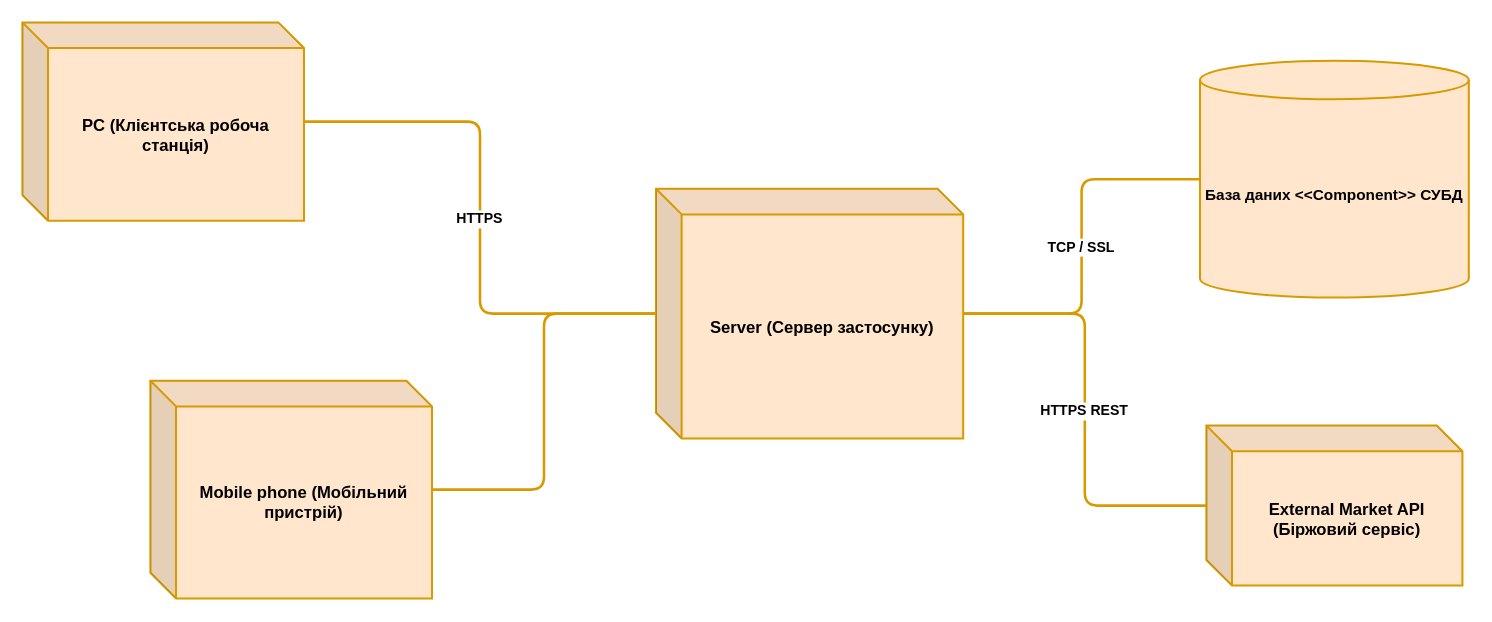
Earlier version of the draw.io diagram page "5 Діаграма розгортання" (6 of 10) of ByGigaBit_8_діаграм.drawio (Hast1k/bygigabit). Source tidied: cells renumbered, new cells numbered last; positions are measured from the earlier drawing's top-left corner, leaving out a move shared by most shapes. Both pictures are drawn from the tidied source at 128%, with x=0, y=0 at pixel (22, 22).
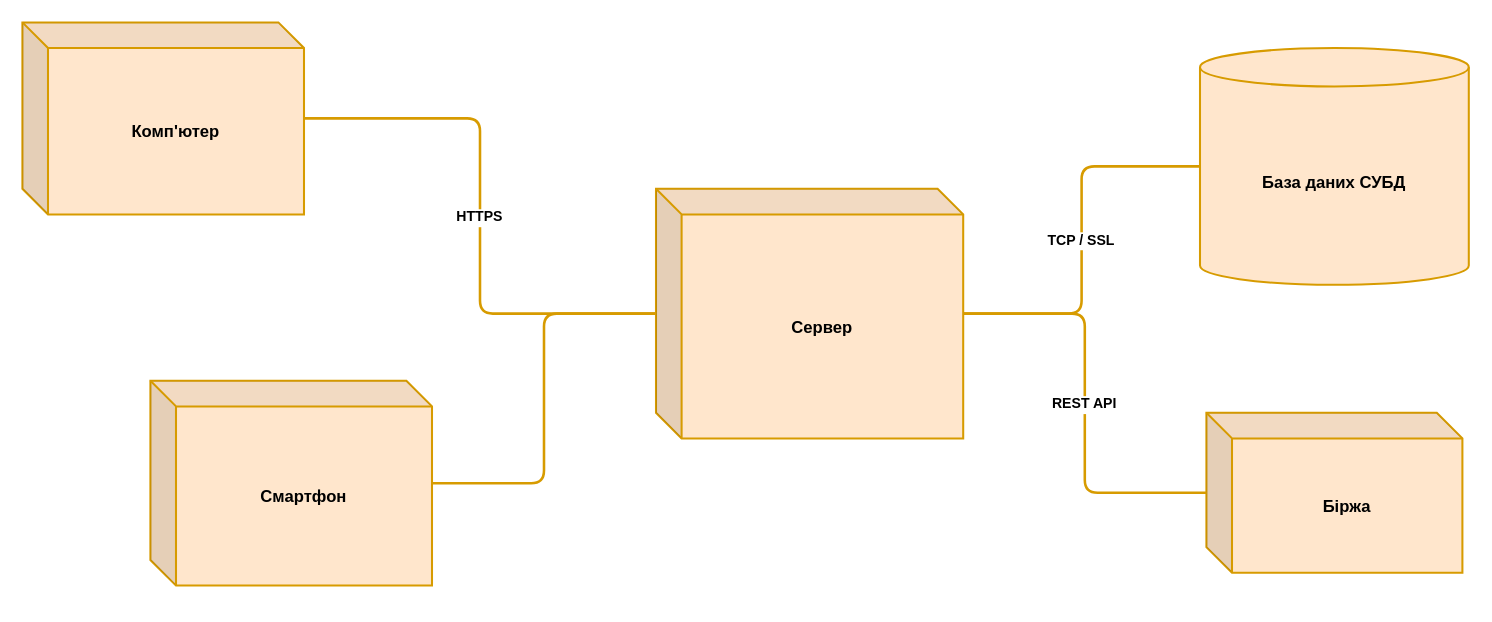
The same diagram, later.

Change to the diagram source:
```diff
@@
 <mxGraphModel background="#ffffff">
   <root>
     <mxCell id="0" />
     <mxCell id="1" parent="0" />
-    <mxCell id="2" value="PC (Клієнтська робоча станція)" style="shape=cube;whiteSpace=wrap;html=0;boundedLbl=1;backgroundOutline=1;darkOpacity=0.05;darkOpacity2=0.1;size=20;fillColor=#ffe6cc;strokeColor=#d79b00;strokeWidth=1.6;fontStyle=1;fontSize=13;" parent="1" vertex="1">
-      <mxGeometry width="220" height="155" as="geometry" />
+    <mxCell id="2" value="Комп'ютер" style="shape=cube;whiteSpace=wrap;html=0;boundedLbl=1;backgroundOutline=1;darkOpacity=0.05;darkOpacity2=0.1;size=20;fillColor=#ffe6cc;strokeColor=#d79b00;strokeWidth=1.6;fontStyle=1;fontSize=13;" parent="1" vertex="1">
+      <mxGeometry width="220" height="150" as="geometry" />
     </mxCell>
-    <mxCell id="3" value="Mobile phone (Мобільний пристрій)" style="shape=cube;whiteSpace=wrap;html=0;boundedLbl=1;backgroundOutline=1;darkOpacity=0.05;darkOpacity2=0.1;size=20;fillColor=#ffe6cc;strokeColor=#d79b00;strokeWidth=1.6;fontStyle=1;fontSize=13;" parent="1" vertex="1">
-      <mxGeometry x="100" y="280" width="220" height="170" as="geometry" />
+    <mxCell id="3" value="Смартфон" style="shape=cube;whiteSpace=wrap;html=0;boundedLbl=1;backgroundOutline=1;darkOpacity=0.05;darkOpacity2=0.1;size=20;fillColor=#ffe6cc;strokeColor=#d79b00;strokeWidth=1.6;fontStyle=1;fontSize=13;" parent="1" vertex="1">
+      <mxGeometry x="100" y="280" width="220" height="160" as="geometry" />
     </mxCell>
-    <mxCell id="4" value="Server (Сервер застосунку)" style="shape=cube;whiteSpace=wrap;html=0;boundedLbl=1;backgroundOutline=1;darkOpacity=0.05;darkOpacity2=0.1;size=20;fillColor=#ffe6cc;strokeColor=#d79b00;strokeWidth=1.6;fontStyle=1;fontSize=13;" parent="1" vertex="1">
+    <mxCell id="4" value="Сервер" style="shape=cube;whiteSpace=wrap;html=0;boundedLbl=1;backgroundOutline=1;darkOpacity=0.05;darkOpacity2=0.1;size=20;fillColor=#ffe6cc;strokeColor=#d79b00;strokeWidth=1.6;fontStyle=1;fontSize=13;" parent="1" vertex="1">
       <mxGeometry x="495" y="130" width="240" height="195" as="geometry" />
     </mxCell>
-    <mxCell id="5" value="База даних &lt;&lt;Component&gt;&gt; СУБД" style="shape=cylinder3;whiteSpace=wrap;html=0;boundedLbl=1;backgroundOutline=1;size=15;fillColor=#ffe6cc;strokeColor=#d79b00;strokeWidth=1.6;fontStyle=1;fontSize=12;" parent="1" vertex="1">
-      <mxGeometry x="920" y="30" width="210" height="185" as="geometry" />
+    <mxCell id="5" value="База даних  СУБД" style="shape=cylinder3;whiteSpace=wrap;html=0;boundedLbl=1;backgroundOutline=1;size=15;fillColor=#ffe6cc;strokeColor=#d79b00;strokeWidth=1.6;fontStyle=1;fontSize=13;" parent="1" vertex="1">
+      <mxGeometry x="920" y="20" width="210" height="185" as="geometry" />
     </mxCell>
-    <mxCell id="6" value="External Market API (Біржовий сервіс)" style="shape=cube;whiteSpace=wrap;html=0;boundedLbl=1;backgroundOutline=1;darkOpacity=0.05;darkOpacity2=0.1;size=20;fillColor=#ffe6cc;strokeColor=#d79b00;strokeWidth=1.6;fontStyle=1;fontSize=13;" parent="1" vertex="1">
-      <mxGeometry x="925" y="315" width="200" height="125" as="geometry" />
+    <mxCell id="6" value="Біржа" style="shape=cube;whiteSpace=wrap;html=0;boundedLbl=1;backgroundOutline=1;darkOpacity=0.05;darkOpacity2=0.1;size=20;fillColor=#ffe6cc;strokeColor=#d79b00;strokeWidth=1.6;fontStyle=1;fontSize=13;" parent="1" vertex="1">
+      <mxGeometry x="925" y="305" width="200" height="125" as="geometry" />
     </mxCell>
     <mxCell id="7" value="HTTPS" style="edgeStyle=orthogonalEdgeStyle;endArrow=none;strokeColor=#d79b00;strokeWidth=2;labelBackgroundColor=#ffffff;fontStyle=1;fontSize=11;" parent="1" edge="1" source="2" target="4">
       <mxGeometry relative="1" as="geometry" />
     </mxCell>
     <mxCell id="8" style="edgeStyle=orthogonalEdgeStyle;endArrow=none;strokeColor=#d79b00;strokeWidth=2;labelBackgroundColor=#ffffff;fontStyle=1;fontSize=11;" parent="1" edge="1" source="3" target="4">
       <mxGeometry relative="1" as="geometry" />
     </mxCell>
     <mxCell id="9" value="TCP / SSL" style="edgeStyle=orthogonalEdgeStyle;endArrow=none;strokeColor=#d79b00;strokeWidth=2;labelBackgroundColor=#ffffff;fontStyle=1;fontSize=11;" parent="1" edge="1" source="4" target="5">
       <mxGeometry relative="1" as="geometry" />
     </mxCell>
-    <mxCell id="10" value="HTTPS REST" style="edgeStyle=orthogonalEdgeStyle;endArrow=none;strokeColor=#d79b00;strokeWidth=2;labelBackgroundColor=#ffffff;fontStyle=1;fontSize=11;" parent="1" edge="1" source="4" target="6">
+    <mxCell id="10" value="REST API" style="edgeStyle=orthogonalEdgeStyle;endArrow=none;strokeColor=#d79b00;strokeWidth=2;labelBackgroundColor=#ffffff;fontStyle=1;fontSize=11;" parent="1" edge="1" source="4" target="6">
       <mxGeometry relative="1" as="geometry" />
     </mxCell>
   </root>
 </mxGraphModel>
```
